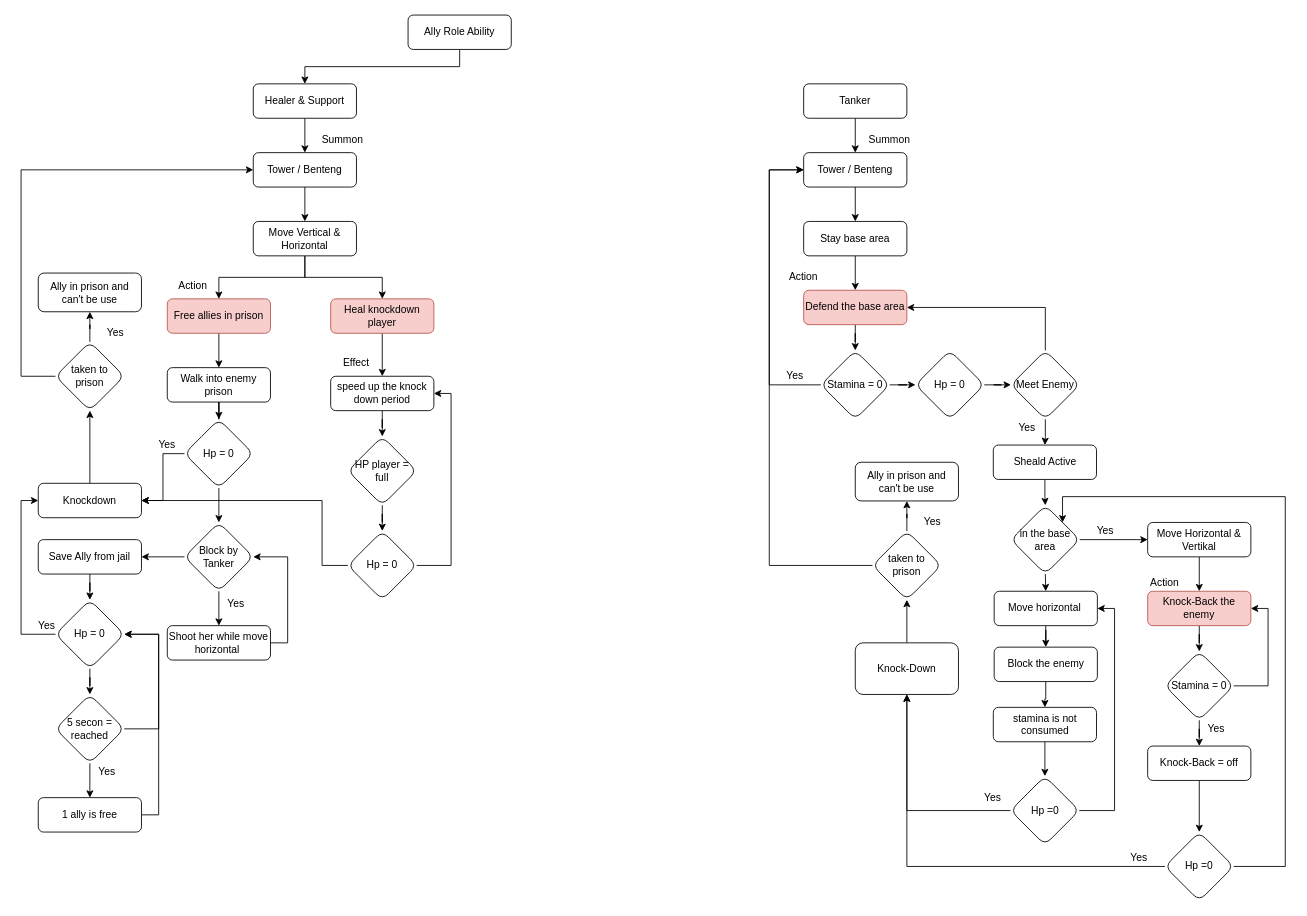
Above: Untitled Diagram.drawio in RioEka/S5 (draw.io), before the change. Source tidied: cells renumbered, new cells numbered last; positions are measured from the earlier drawing's top-left corner, leaving out a move shared by most shapes. Both pictures are drawn from the tidied source at 86%, with x=0, y=0 at pixel (21, 15).
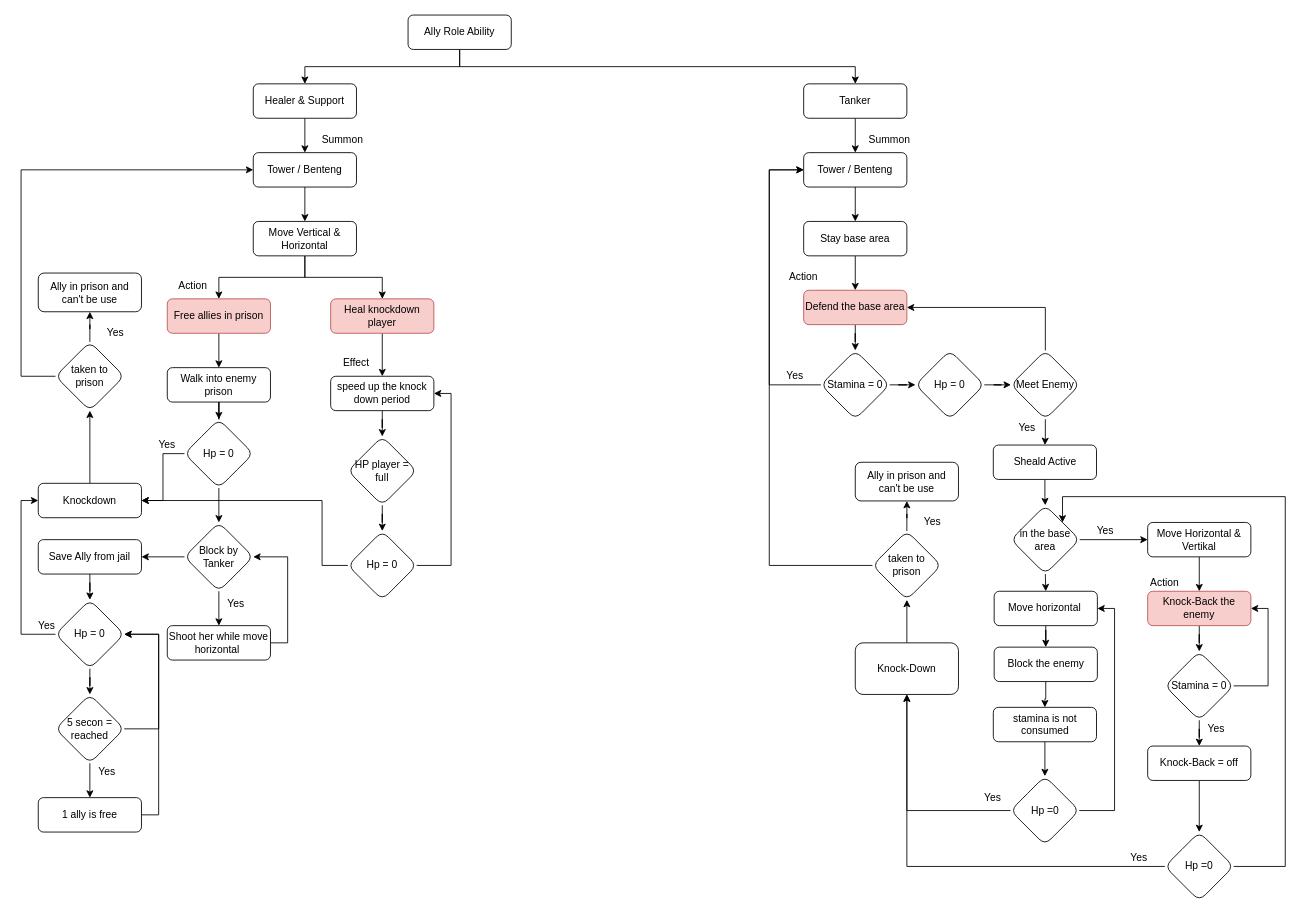
After the change.

The change refers to these unchanged cells:
```xml
<mxCell id="3" value="Ally Role Ability" style="rounded=1;whiteSpace=wrap;html=1;fontSize=12;glass=0;strokeWidth=1;shadow=0;" parent="1" vertex="1">
  <mxGeometry x="450" width="120" height="40" as="geometry" />
</mxCell>
<mxCell id="56" value="Tanker" style="rounded=1;whiteSpace=wrap;html=1;fontSize=12;glass=0;strokeWidth=1;shadow=0;" parent="1" vertex="1">
  <mxGeometry x="910" y="80" width="120" height="40" as="geometry" />
</mxCell>
```

The edit, as a diff of the source:
```diff
@@
+    <mxCell id="114" style="edgeStyle=orthogonalEdgeStyle;rounded=0;jettySize=auto;html=1;exitX=0.5;exitY=1;exitDx=0;exitDy=0;entryX=0.5;entryY=0;entryDx=0;entryDy=0;" parent="1" edge="1" source="3" target="56">
+      <mxGeometry relative="1" as="geometry" />
+    </mxCell>
```
